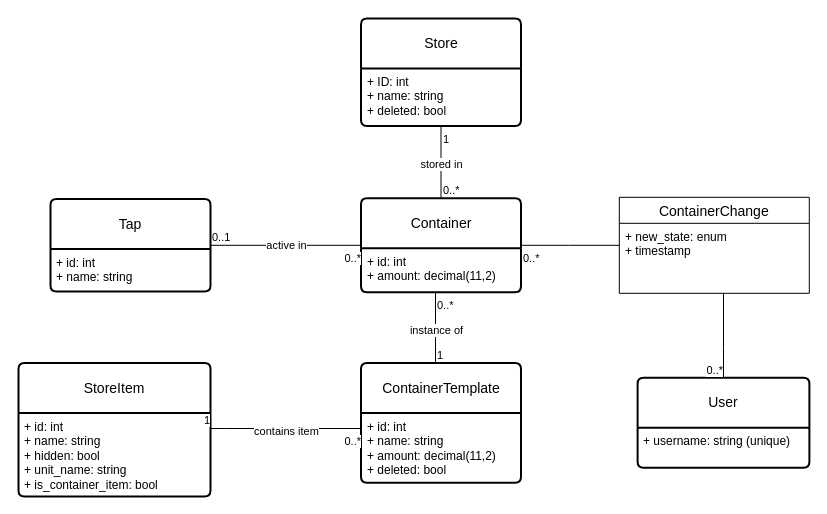
The draw.io diagram doc/thesis/figures/er_diagram_containers.drawio in MrakDun-desu/kis-v4, before the edit. Source tidied: cells renumbered, new cells numbered last; positions are measured from the earlier drawing's top-left corner, leaving out a move shared by most shapes. Both pictures are drawn from the tidied source at 100%, with x=0, y=0 at pixel (18, 18).
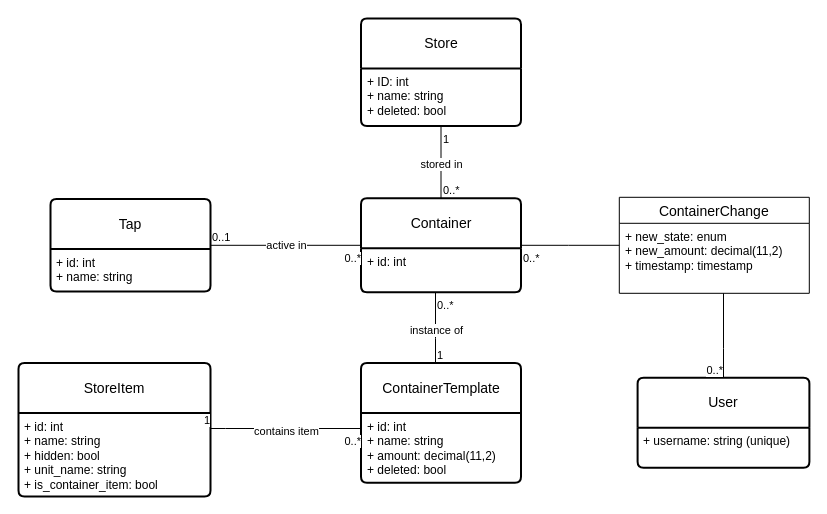
After the change.

Unchanged cells that the change refers to:
```xml
<mxCell id="8" value="Container" style="swimlane;horizontal=1;startSize=50;rounded=1;fontSize=14;fontStyle=0;strokeWidth=2;shadow=0;dashed=0;align=center;arcSize=4;whiteSpace=wrap;html=1;" parent="1" vertex="1">
  <mxGeometry x="342.5" y="179.8" width="160" height="94" as="geometry" />
</mxCell>
<mxCell id="26" value="ContainerChange" style="swimlane;fontStyle=0;horizontal=1;startSize=26;align=center;fontSize=14;fontColor=default;" parent="1" vertex="1">
  <mxGeometry x="600.8" y="178.8" width="190" height="96" as="geometry" />
</mxCell>
```

Change to the diagram source:
```diff
@@
-    <mxCell id="9" value="+ id: int&lt;br&gt;+ amount: decimal(11,2)" style="align=left;strokeColor=none;fillColor=none;spacingLeft=4;fontSize=12;verticalAlign=top;html=1;" parent="8" vertex="1">
+    <mxCell id="9" value="+ id: int" style="align=left;strokeColor=none;fillColor=none;spacingLeft=4;fontSize=12;verticalAlign=top;html=1;" parent="8" vertex="1">
       <mxGeometry y="50" width="160" height="44" as="geometry" />
     </mxCell>
@@
-    <mxCell id="27" value="&lt;div&gt;+ new_state&lt;span style=&quot;background-color: transparent; color: light-dark(rgb(0, 0, 0), rgb(255, 255, 255));&quot;&gt;: enum&lt;/span&gt;&lt;/div&gt;&lt;div&gt;+ timestamp&lt;/div&gt;" style="align=left;strokeColor=none;fillColor=none;spacingLeft=4;fontSize=12;verticalAlign=top;html=1;" parent="26" vertex="1">
+    <mxCell id="27" value="&lt;div&gt;+ new_state&lt;span style=&quot;background-color: transparent; color: light-dark(rgb(0, 0, 0), rgb(255, 255, 255));&quot;&gt;: enum&lt;/span&gt;&lt;/div&gt;&lt;div&gt;&lt;span style=&quot;background-color: transparent; color: light-dark(rgb(0, 0, 0), rgb(255, 255, 255));&quot;&gt;+ new_amount: decimal(11,2)&lt;/span&gt;&lt;/div&gt;&lt;div&gt;+ timestamp: timestamp&lt;/div&gt;" style="align=left;strokeColor=none;fillColor=none;spacingLeft=4;fontSize=12;verticalAlign=top;html=1;" parent="26" vertex="1">
       <mxGeometry y="26" width="190" height="70" as="geometry" />
     </mxCell>
```
